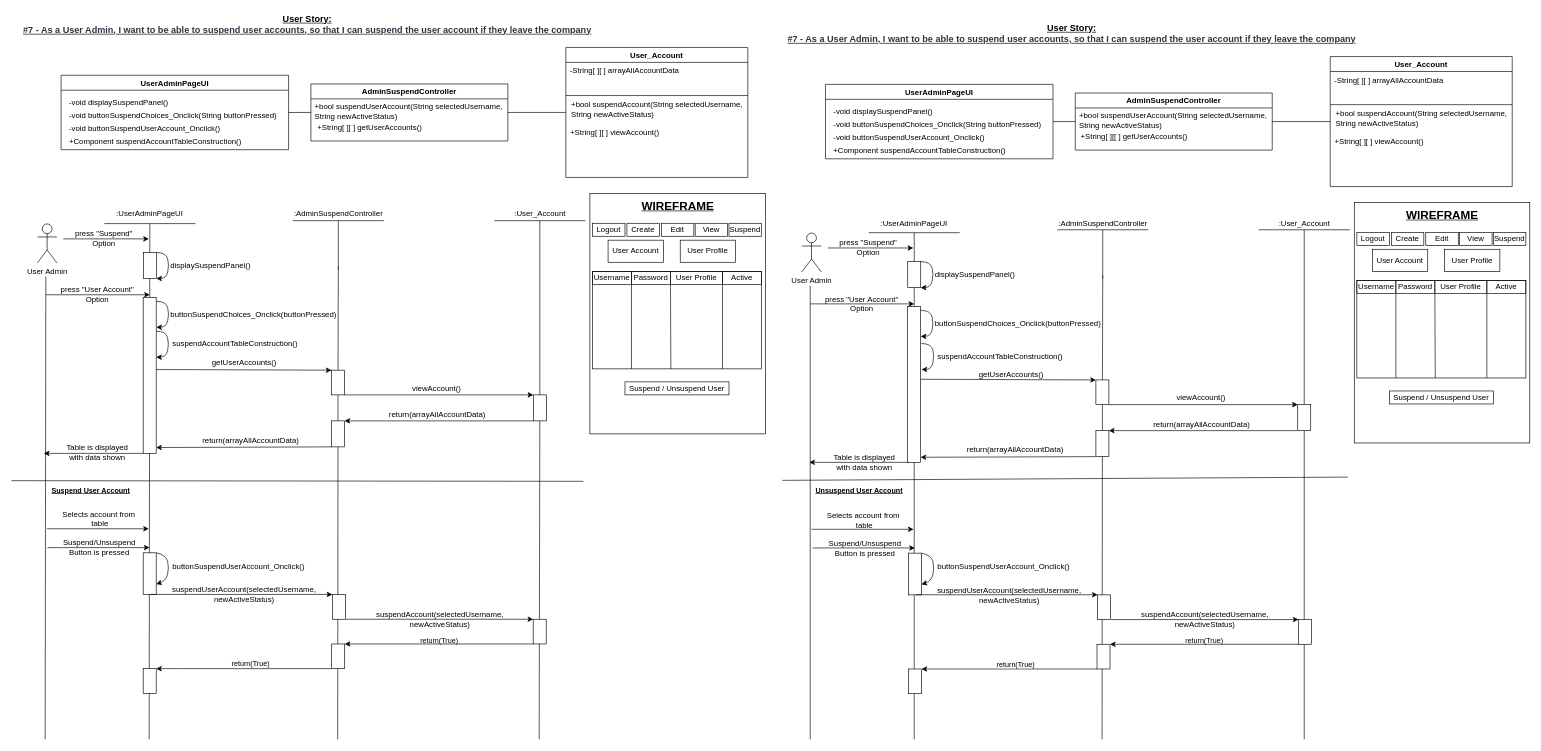
This is BCE_UML_and_Diagrams/UserAdmin/UserAdmin_Suspend(UserStory_7)/UserStory_7_BCE_Sequence.drawio from extred5700/JAVAGUI-Restaurant-Table-Order-System, a draw.io file, before an edit. Source tidied: cells renumbered, new cells numbered last; positions are measured from the earlier drawing's top-left corner, leaving out a move shared by most shapes. Both pictures are drawn from the tidied source at 65%, with x=0, y=0 at pixel (11, 11).
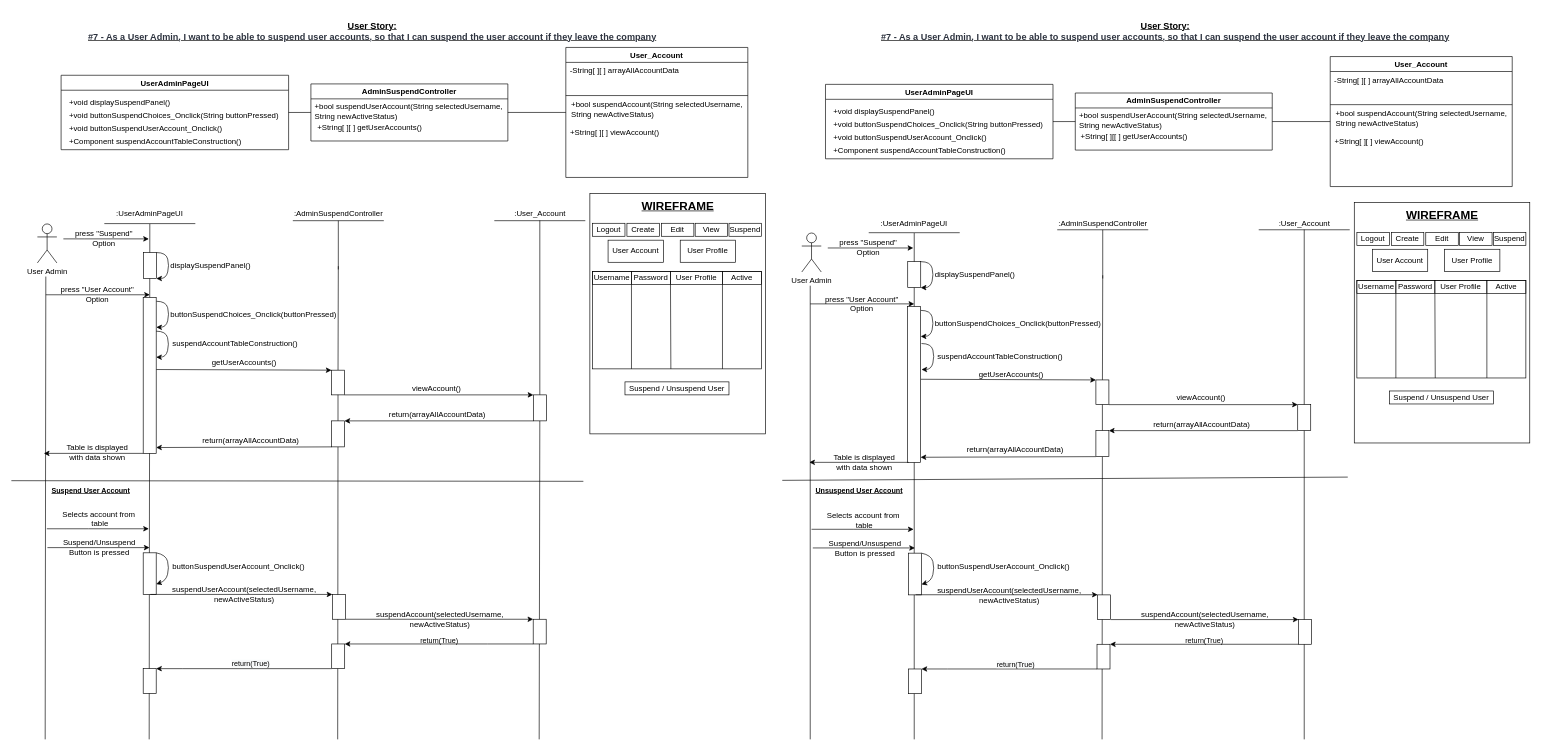
After the change.

Unchanged cells that the change refers to:
```xml
<mxCell id="5" value="UserAdminPageUI" style="swimlane;" parent="1" vertex="1">
  <mxGeometry x="76.5" y="98.3" width="350" height="114.5" as="geometry" />
</mxCell>
<mxCell id="99" value="UserAdminPageUI" style="swimlane;" parent="1" vertex="1">
  <mxGeometry x="1252.5" y="112.3" width="350" height="114.5" as="geometry" />
</mxCell>
```

What changed in the source:
```diff
@@
-    <mxCell id="6" value="-void displaySuspendPanel()" style="text;html=1;align=left;verticalAlign=middle;strokeColor=none;fillColor=none;" parent="5" vertex="1">
+    <mxCell id="6" value="+void displaySuspendPanel()" style="text;html=1;align=left;verticalAlign=middle;strokeColor=none;fillColor=none;" parent="5" vertex="1">
       <mxGeometry x="10" y="31.7" width="170" height="20" as="geometry" />
     </mxCell>
-    <mxCell id="7" value="-void buttonSuspendUserAccount_Onclick()" style="text;html=1;align=left;verticalAlign=middle;strokeColor=none;fillColor=none;" parent="5" vertex="1">
+    <mxCell id="7" value="+void buttonSuspendUserAccount_Onclick()" style="text;html=1;align=left;verticalAlign=middle;strokeColor=none;fillColor=none;" parent="5" vertex="1">
       <mxGeometry x="10" y="71.7" width="250" height="20" as="geometry" />
     </mxCell>
-    <mxCell id="8" value="-void buttonSuspendChoices_Onclick(String buttonPressed)" style="text;html=1;align=left;verticalAlign=middle;strokeColor=none;fillColor=none;" parent="5" vertex="1">
+    <mxCell id="8" value="+void buttonSuspendChoices_Onclick(String buttonPressed)" style="text;html=1;align=left;verticalAlign=middle;strokeColor=none;fillColor=none;" parent="5" vertex="1">
       <mxGeometry x="10" y="51.7" width="340" height="20" as="geometry" />
     </mxCell>
@@
     <mxCell id="64" value="&lt;b&gt;&lt;u&gt;&lt;font style=&quot;font-size: 14px&quot;&gt;User Story:&lt;/font&gt;&lt;br&gt;&lt;span style=&quot;color: rgb(46 , 52 , 64) ; font-family: , &amp;#34;arial&amp;#34; , &amp;#34;helvetica&amp;#34; , sans-serif ; font-size: 14px ; background-color: rgb(255 , 255 , 255)&quot;&gt;#7 - As a User Admin, I want to be able to suspend user accounts, so that I can suspend the user account if they leave the company&lt;/span&gt;&lt;font style=&quot;font-size: 14px&quot;&gt;&lt;br&gt;&lt;/font&gt;&lt;/u&gt;&lt;/b&gt;" style="text;html=1;align=center;verticalAlign=middle;strokeColor=none;fillColor=none;" parent="1" vertex="1">
-      <mxGeometry x="10" width="890" height="40" as="geometry" />
+      <mxGeometry x="110" y="10" width="890" height="40" as="geometry" />
     </mxCell>
@@
-    <mxCell id="100" value="-void displaySuspendPanel()" style="text;html=1;align=left;verticalAlign=middle;strokeColor=none;fillColor=none;" parent="99" vertex="1">
+    <mxCell id="100" value="+void displaySuspendPanel()" style="text;html=1;align=left;verticalAlign=middle;strokeColor=none;fillColor=none;" parent="99" vertex="1">
       <mxGeometry x="10" y="31.7" width="170" height="20" as="geometry" />
     </mxCell>
-    <mxCell id="101" value="-void buttonSuspendUserAccount_Onclick()" style="text;html=1;align=left;verticalAlign=middle;strokeColor=none;fillColor=none;" parent="99" vertex="1">
+    <mxCell id="101" value="+void buttonSuspendUserAccount_Onclick()" style="text;html=1;align=left;verticalAlign=middle;strokeColor=none;fillColor=none;" parent="99" vertex="1">
       <mxGeometry x="10" y="71.7" width="250" height="20" as="geometry" />
     </mxCell>
-    <mxCell id="102" value="-void buttonSuspendChoices_Onclick(String buttonPressed)" style="text;html=1;align=left;verticalAlign=middle;strokeColor=none;fillColor=none;" parent="99" vertex="1">
+    <mxCell id="102" value="+void buttonSuspendChoices_Onclick(String buttonPressed)" style="text;html=1;align=left;verticalAlign=middle;strokeColor=none;fillColor=none;" parent="99" vertex="1">
       <mxGeometry x="10" y="51.7" width="340" height="20" as="geometry" />
     </mxCell>
@@
     <mxCell id="141" value="&lt;b&gt;&lt;u&gt;&lt;font style=&quot;font-size: 14px&quot;&gt;User Story:&lt;/font&gt;&lt;br&gt;&lt;span style=&quot;color: rgb(46 , 52 , 64) ; font-family: , &amp;#34;arial&amp;#34; , &amp;#34;helvetica&amp;#34; , sans-serif ; font-size: 14px ; background-color: rgb(255 , 255 , 255)&quot;&gt;#7 - As a User Admin, I want to be able to suspend user accounts, so that I can suspend the user account if they leave the company&lt;/span&gt;&lt;font style=&quot;font-size: 14px&quot;&gt;&lt;br&gt;&lt;/font&gt;&lt;/u&gt;&lt;/b&gt;" style="text;html=1;align=center;verticalAlign=middle;strokeColor=none;fillColor=none;" parent="1" vertex="1">
-      <mxGeometry x="1186" y="14" width="890" height="40" as="geometry" />
+      <mxGeometry x="1330" y="10" width="890" height="40" as="geometry" />
     </mxCell>
```
